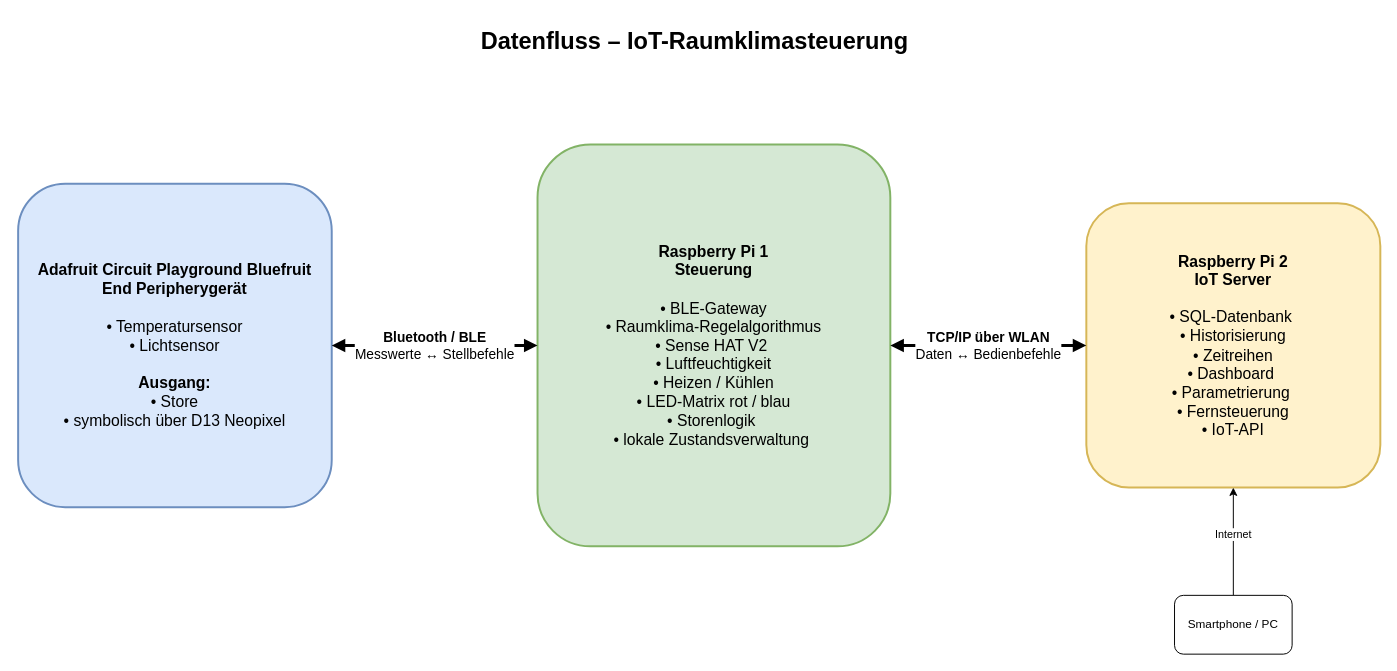
This is Doc/Aufgabenstellung/Datenflussprinzip.drawio from niklaus619/TA_V_IoT, a draw.io file, before an edit. Source tidied: cells renumbered, new cells numbered last; positions are measured from the earlier drawing's top-left corner, leaving out a move shared by most shapes. Both pictures are drawn from the tidied source at 98%, with x=0, y=0 at pixel (18, 17).
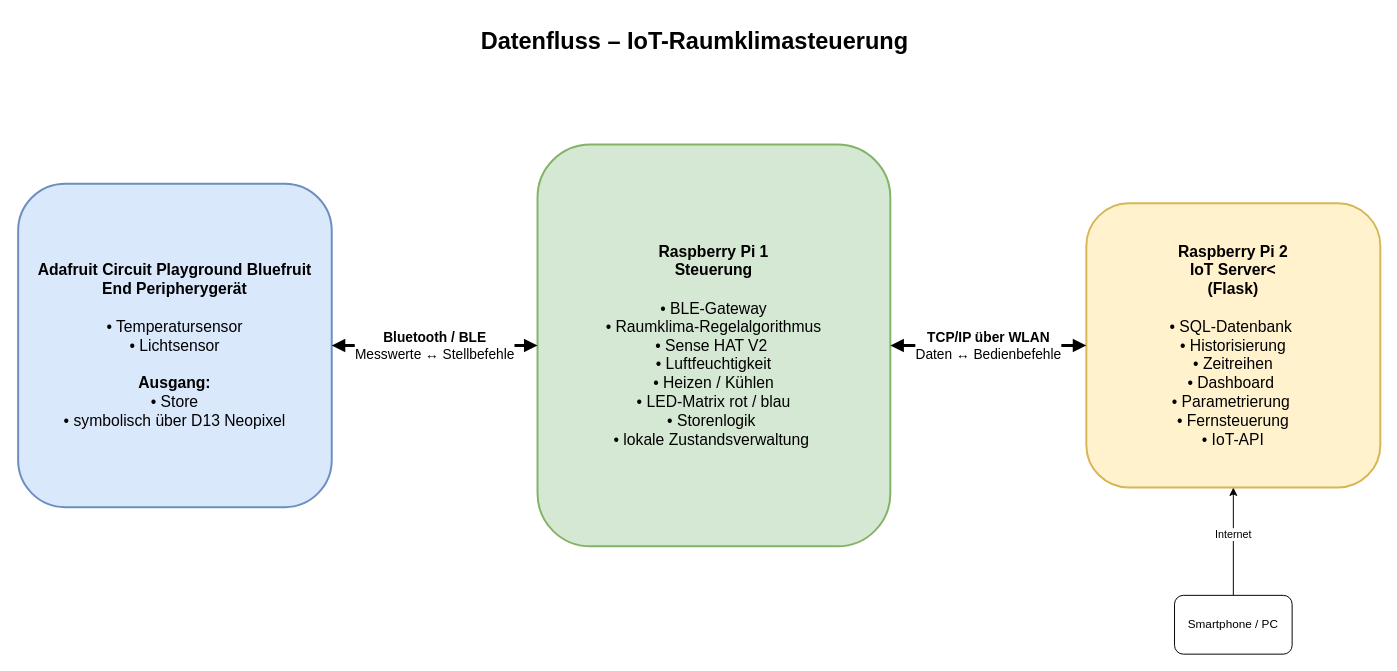
After the change.

Change to the diagram source:
```diff
@@
 <mxGraphModel>
   <root>
     <mxCell id="0" />
     <mxCell id="1" parent="0" />
     <mxCell id="2" value="&lt;b&gt;Datenfluss – IoT-Raumklimasteuerung&lt;/b&gt;" style="text;html=1;align=center;verticalAlign=middle;fontSize=24;fontStyle=1;strokeColor=none;fillColor=none;" parent="1" vertex="1">
       <mxGeometry x="320" width="740" height="50" as="geometry" />
     </mxCell>
     <mxCell id="3" value="&lt;b&gt;Adafruit Circuit Playground Bluefruit&lt;br&gt;End Peripherygerät&lt;/b&gt;&lt;br&gt;&lt;br&gt;• Temperatursensor&lt;br&gt;• Lichtsensor&lt;br&gt;&lt;br&gt;&lt;b&gt;Ausgang:&lt;/b&gt;&lt;br&gt;• Store&lt;br&gt;• symbolisch über D13 Neopixel" style="rounded=1;whiteSpace=wrap;html=1;fillColor=#dae8fc;strokeColor=#6c8ebf;strokeWidth=2;fontSize=16;" parent="1" vertex="1">
       <mxGeometry y="170" width="320" height="330" as="geometry" />
     </mxCell>
     <mxCell id="4" value="&lt;b&gt;Raspberry Pi 1&lt;br&gt;Steuerung&lt;/b&gt;&lt;br&gt;&lt;br&gt;&amp;nbsp;• BLE-Gateway&amp;nbsp;&lt;div&gt;&amp;nbsp;• Raumklima-Regelalgorithmus&amp;nbsp;&lt;/div&gt;&lt;div&gt;• Sense HAT V2&amp;nbsp;&lt;/div&gt;&lt;div&gt;• Luftfeuchtigkeit&lt;/div&gt;&lt;div&gt;• Heizen / Kühlen&lt;/div&gt;&lt;div&gt;• LED-Matrix rot / blau&lt;/div&gt;&lt;div&gt;• Storenlogik&amp;nbsp;&lt;/div&gt;&lt;div&gt;• lokale Zustandsverwaltung&amp;nbsp;&lt;/div&gt;" style="rounded=1;whiteSpace=wrap;html=1;fillColor=#d5e8d4;strokeColor=#82b366;strokeWidth=2;fontSize=16;" parent="1" vertex="1">
       <mxGeometry x="530" y="130" width="360" height="410" as="geometry" />
     </mxCell>
-    <mxCell id="5" value="&lt;b&gt;Raspberry Pi 2&lt;/b&gt;&lt;div&gt;&lt;b&gt;IoT Server&lt;br&gt;&lt;/b&gt;&lt;br&gt;&lt;/div&gt;&lt;div&gt;• SQL-Datenbank&amp;nbsp;&lt;/div&gt;&lt;div&gt;• Historisierung&lt;/div&gt;&lt;div&gt;• Zeitreihen&lt;/div&gt;&lt;div&gt;• Dashboard&amp;nbsp;&lt;/div&gt;&lt;div&gt;• Parametrierung&amp;nbsp;&lt;/div&gt;&lt;div&gt;• Fernsteuerung&lt;/div&gt;&lt;div&gt;• IoT-API&lt;/div&gt;" style="rounded=1;whiteSpace=wrap;html=1;fillColor=#fff2cc;strokeColor=#d6b656;strokeWidth=2;fontSize=16;" parent="1" vertex="1">
+    <mxCell id="5" value="&lt;b&gt;Raspberry Pi 2&lt;/b&gt;&lt;div&gt;&lt;b&gt;IoT Server&amp;lt;&lt;br&gt;(Flask)&lt;br&gt;&lt;/b&gt;&lt;br&gt;&lt;/div&gt;&lt;div&gt;• SQL-Datenbank&amp;nbsp;&lt;/div&gt;&lt;div&gt;• Historisierung&lt;/div&gt;&lt;div&gt;• Zeitreihen&lt;/div&gt;&lt;div&gt;• Dashboard&amp;nbsp;&lt;/div&gt;&lt;div&gt;• Parametrierung&amp;nbsp;&lt;/div&gt;&lt;div&gt;• Fernsteuerung&lt;/div&gt;&lt;div&gt;• IoT-API&lt;/div&gt;" style="rounded=1;whiteSpace=wrap;html=1;fillColor=#fff2cc;strokeColor=#d6b656;strokeWidth=2;fontSize=16;" parent="1" vertex="1">
       <mxGeometry x="1090" y="190" width="300" height="290" as="geometry" />
     </mxCell>
     <mxCell id="6" value="&lt;b&gt;Bluetooth / BLE&lt;/b&gt;&lt;br&gt;Messwerte ↔ Stellbefehle" style="edgeStyle=orthogonalEdgeStyle;rounded=1;jettySize=auto;html=1;startArrow=block;startFill=1;endArrow=block;endFill=1;strokeWidth=3;fontSize=14;" parent="1" edge="1" source="3" target="4">
       <mxGeometry relative="1" as="geometry" />
     </mxCell>
     <mxCell id="7" value="&lt;b&gt;TCP/IP über WLAN&lt;/b&gt;&lt;br&gt;Daten ↔ Bedienbefehle" style="edgeStyle=orthogonalEdgeStyle;rounded=1;jettySize=auto;html=1;startArrow=block;startFill=1;endArrow=block;endFill=1;strokeWidth=3;fontSize=14;" parent="1" edge="1" source="4" target="5">
       <mxGeometry relative="1" as="geometry" />
     </mxCell>
     <mxCell id="8" style="edgeStyle=none;html=1;" parent="1" edge="1" source="10" target="5">
       <mxGeometry relative="1" as="geometry" />
     </mxCell>
     <mxCell id="9" value="Internet" style="edgeLabel;html=1;align=center;verticalAlign=middle;" parent="8" vertex="1">
       <mxGeometry x="0.15" y="1" relative="1" as="geometry" />
     </mxCell>
     <mxCell id="10" value="Smartphone / PC" style="rounded=1;whiteSpace=wrap;html=1;" parent="1" vertex="1">
       <mxGeometry x="1180" y="590" width="120" height="60" as="geometry" />
     </mxCell>
   </root>
 </mxGraphModel>
```
